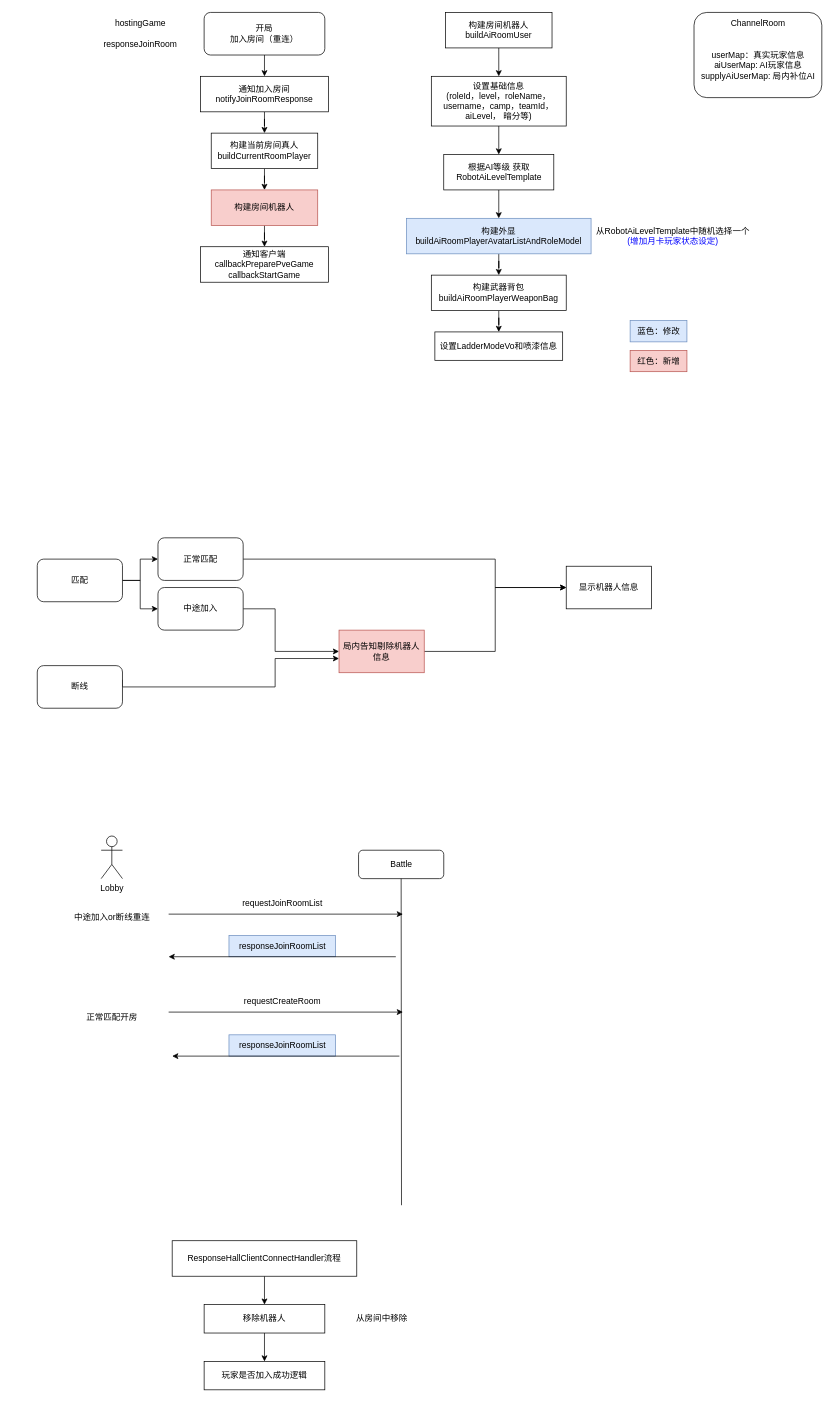
Earlier version of the draw.io diagram SSJJ2/机器人展示Loading.drawio (Ordertiny/graph). Source tidied: cells renumbered, new cells numbered last; positions are measured from the earlier drawing's top-left corner, leaving out a move shared by most shapes. Both pictures are drawn from the tidied source at 71%, with x=0, y=0 at pixel (37, 12).
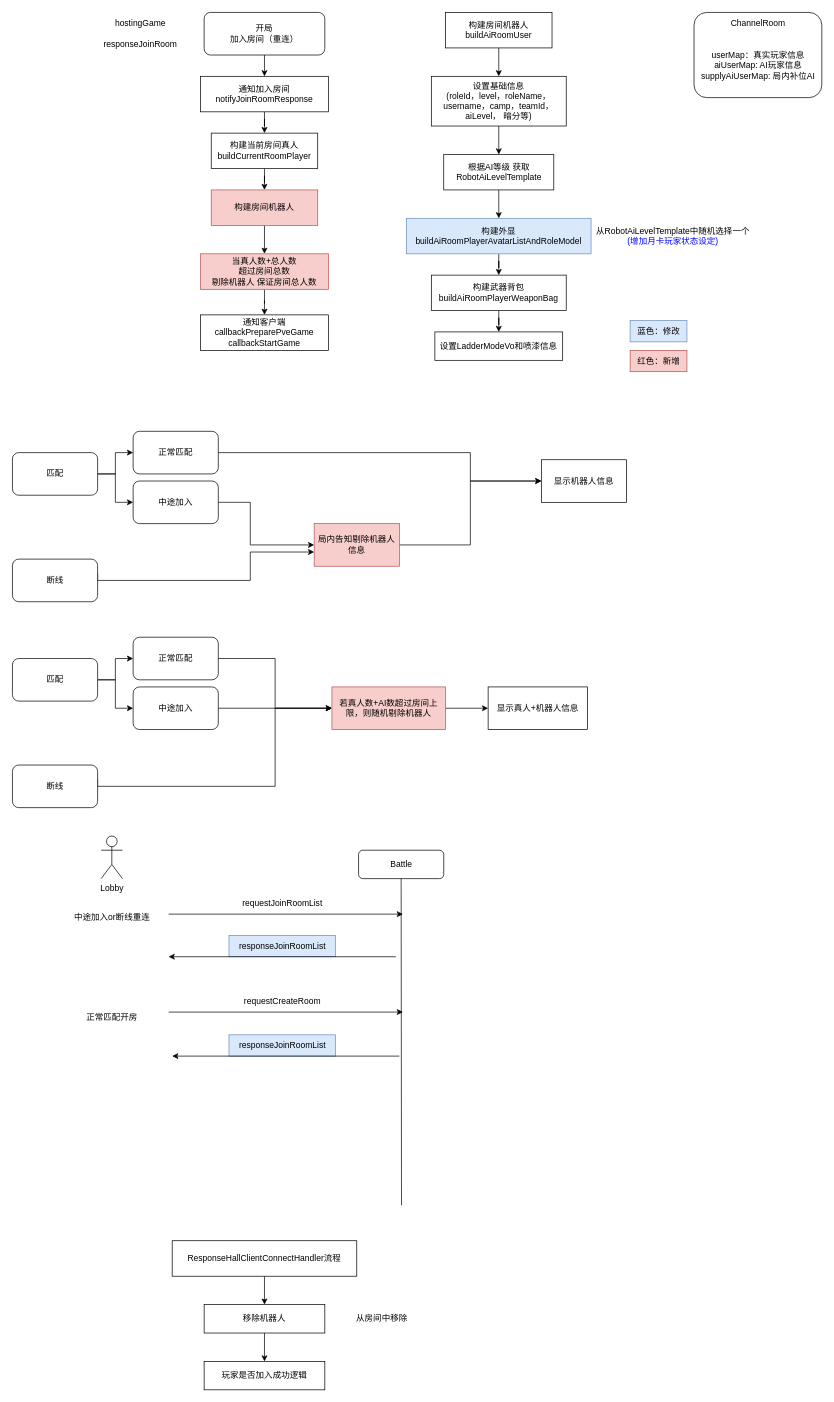
The same page after the edit.

Commit message:
更新机器人展示Loading.drawio

Unchanged cells that the change refers to:
```xml
<mxCell id="11" value="构建房间机器人" style="whiteSpace=wrap;html=1;fillColor=#f8cecc;strokeColor=#b85450;" parent="1" vertex="1">
  <mxGeometry x="245" y="250" width="150" height="50" as="geometry" />
</mxCell>
```

Diff of the diagram source:
```diff
@@
-    <mxCell id="10" style="edgeStyle=orthogonalEdgeStyle;rounded=0;jettySize=auto;html=1;exitX=0.5;exitY=1;exitDx=0;exitDy=0;" parent="1" edge="1" source="11" target="12">
-      <mxGeometry relative="1" as="geometry" />
-    </mxCell>
+    <mxCell id="62" style="edgeStyle=orthogonalEdgeStyle;rounded=0;jettySize=auto;html=1;exitX=0.5;exitY=1;exitDx=0;exitDy=0;entryX=0.5;entryY=0;entryDx=0;entryDy=0;" parent="1" edge="1" source="11" target="64">
+      <mxGeometry relative="1" as="geometry" />
+    </mxCell>
@@
     <mxCell id="12" value="通知客户端&lt;br&gt;callbackPreparePveGame&lt;br&gt;callbackStartGame" style="whiteSpace=wrap;html=1;" parent="1" vertex="1">
-      <mxGeometry x="230" y="330" width="180" height="50" as="geometry" />
+      <mxGeometry x="230" y="426" width="180" height="50" as="geometry" />
     </mxCell>
@@
     <mxCell id="33" value="匹配" style="rounded=1;whiteSpace=wrap;html=1;" parent="1" vertex="1">
-      <mxGeometry y="770" width="120" height="60" as="geometry" />
+      <mxGeometry x="-35" y="620" width="120" height="60" as="geometry" />
     </mxCell>
     <mxCell id="34" style="edgeStyle=orthogonalEdgeStyle;rounded=0;jettySize=auto;html=1;exitX=1;exitY=0.5;exitDx=0;exitDy=0;entryX=0;entryY=0.5;entryDx=0;entryDy=0;" parent="1" edge="1" source="35" target="40">
       <mxGeometry relative="1" as="geometry">
         <Array as="points">
-          <mxPoint x="645" y="770" />
-          <mxPoint x="645" y="810" />
+          <mxPoint x="610" y="620" />
+          <mxPoint x="610" y="660" />
         </Array>
       </mxGeometry>
     </mxCell>
     <mxCell id="35" value="正常匹配" style="rounded=1;whiteSpace=wrap;html=1;" parent="1" vertex="1">
-      <mxGeometry x="170" y="740" width="120" height="60" as="geometry" />
+      <mxGeometry x="135" y="590" width="120" height="60" as="geometry" />
     </mxCell>
     <mxCell id="36" style="edgeStyle=orthogonalEdgeStyle;rounded=0;jettySize=auto;html=1;exitX=1;exitY=0.5;exitDx=0;exitDy=0;entryX=0;entryY=0.5;entryDx=0;entryDy=0;" parent="1" edge="1" source="37" target="42">
       <mxGeometry relative="1" as="geometry">
         <Array as="points">
-          <mxPoint x="335" y="840" />
-          <mxPoint x="335" y="900" />
+          <mxPoint x="300" y="690" />
+          <mxPoint x="300" y="750" />
         </Array>
       </mxGeometry>
     </mxCell>
     <mxCell id="37" value="中途加入" style="rounded=1;whiteSpace=wrap;html=1;" parent="1" vertex="1">
-      <mxGeometry x="170" y="810" width="120" height="60" as="geometry" />
+      <mxGeometry x="135" y="660" width="120" height="60" as="geometry" />
     </mxCell>
     <mxCell id="38" style="edgeStyle=orthogonalEdgeStyle;rounded=0;orthogonalLoop=1;jettySize=auto;html=1;exitX=1;exitY=0.5;exitDx=0;exitDy=0;entryX=0;entryY=0.5;entryDx=0;entryDy=0;" parent="1" edge="1">
       <mxGeometry relative="1" as="geometry">
-        <mxPoint x="120" y="940" as="sourcePoint" />
-        <mxPoint x="425" y="910" as="targetPoint" />
+        <mxPoint x="85" y="790" as="sourcePoint" />
+        <mxPoint x="390" y="760" as="targetPoint" />
         <Array as="points">
-          <mxPoint x="120" y="950" />
-          <mxPoint x="335" y="950" />
-          <mxPoint x="335" y="910" />
+          <mxPoint x="85" y="800" />
+          <mxPoint x="300" y="800" />
+          <mxPoint x="300" y="760" />
         </Array>
       </mxGeometry>
     </mxCell>
     <mxCell id="39" value="断线" style="rounded=1;whiteSpace=wrap;html=1;" parent="1" vertex="1">
-      <mxGeometry y="920" width="120" height="60" as="geometry" />
+      <mxGeometry x="-35" y="770" width="120" height="60" as="geometry" />
     </mxCell>
     <mxCell id="40" value="显示机器人信息" style="whiteSpace=wrap;html=1;" parent="1" vertex="1">
-      <mxGeometry x="745" y="780" width="120" height="60" as="geometry" />
+      <mxGeometry x="710" y="630" width="120" height="60" as="geometry" />
     </mxCell>
@@
     <mxCell id="42" value="局内告知剔除机器人&lt;br&gt;信息" style="whiteSpace=wrap;html=1;fillColor=#f8cecc;strokeColor=#b85450;" parent="1" vertex="1">
-      <mxGeometry x="425" y="870" width="120" height="60" as="geometry" />
+      <mxGeometry x="390" y="720" width="120" height="60" as="geometry" />
     </mxCell>
@@
+    <mxCell id="63" style="edgeStyle=orthogonalEdgeStyle;rounded=0;jettySize=auto;html=1;exitX=0.5;exitY=1;exitDx=0;exitDy=0;" parent="1" edge="1" source="64" target="12">
+      <mxGeometry relative="1" as="geometry" />
+    </mxCell>
+    <mxCell id="64" value="当真人数+总人数&lt;br&gt;超过房间总数&lt;br&gt;剔除机器人 保证房间总人数" style="whiteSpace=wrap;html=1;fillColor=#f8cecc;strokeColor=#b85450;" parent="1" vertex="1">
+      <mxGeometry x="230" y="340" width="180" height="50" as="geometry" />
+    </mxCell>
+    <mxCell id="65" style="edgeStyle=orthogonalEdgeStyle;rounded=0;jettySize=auto;html=1;exitX=1;exitY=0.5;exitDx=0;exitDy=0;" parent="1" edge="1" source="67" target="69">
+      <mxGeometry relative="1" as="geometry" />
+    </mxCell>
+    <mxCell id="66" style="edgeStyle=orthogonalEdgeStyle;rounded=0;jettySize=auto;html=1;exitX=1;exitY=0.5;exitDx=0;exitDy=0;" parent="1" edge="1" source="67" target="71">
+      <mxGeometry relative="1" as="geometry" />
+    </mxCell>
+    <mxCell id="67" value="匹配" style="rounded=1;whiteSpace=wrap;html=1;" parent="1" vertex="1">
+      <mxGeometry x="-35" y="910" width="120" height="60" as="geometry" />
+    </mxCell>
+    <mxCell id="68" style="edgeStyle=orthogonalEdgeStyle;rounded=0;jettySize=auto;html=1;exitX=1;exitY=0.5;exitDx=0;exitDy=0;entryX=0;entryY=0.5;entryDx=0;entryDy=0;" parent="1" edge="1" source="69" target="76">
+      <mxGeometry relative="1" as="geometry" />
+    </mxCell>
+    <mxCell id="69" value="正常匹配" style="rounded=1;whiteSpace=wrap;html=1;" parent="1" vertex="1">
+      <mxGeometry x="135" y="880" width="120" height="60" as="geometry" />
+    </mxCell>
+    <mxCell id="70" style="edgeStyle=orthogonalEdgeStyle;rounded=0;jettySize=auto;html=1;exitX=1;exitY=0.5;exitDx=0;exitDy=0;entryX=0;entryY=0.5;entryDx=0;entryDy=0;" parent="1" edge="1" source="71" target="76">
+      <mxGeometry relative="1" as="geometry">
+        <Array as="points">
+          <mxPoint x="335" y="980" />
+          <mxPoint x="335" y="980" />
+        </Array>
+      </mxGeometry>
+    </mxCell>
+    <mxCell id="71" value="中途加入" style="rounded=1;whiteSpace=wrap;html=1;" parent="1" vertex="1">
+      <mxGeometry x="135" y="950" width="120" height="60" as="geometry" />
+    </mxCell>
+    <mxCell id="72" style="edgeStyle=orthogonalEdgeStyle;rounded=0;jettySize=auto;html=1;exitX=1;exitY=0.5;exitDx=0;exitDy=0;entryX=0;entryY=0.5;entryDx=0;entryDy=0;" parent="1" edge="1" target="76">
+      <mxGeometry relative="1" as="geometry">
+        <mxPoint x="85" y="1080" as="sourcePoint" />
+        <Array as="points">
+          <mxPoint x="85" y="1090" />
+          <mxPoint x="335" y="1090" />
+          <mxPoint x="335" y="980" />
+        </Array>
+      </mxGeometry>
+    </mxCell>
+    <mxCell id="73" value="断线" style="rounded=1;whiteSpace=wrap;html=1;" parent="1" vertex="1">
+      <mxGeometry x="-35" y="1060" width="120" height="60" as="geometry" />
+    </mxCell>
+    <mxCell id="74" value="显示真人+机器人信息" style="whiteSpace=wrap;html=1;" parent="1" vertex="1">
+      <mxGeometry x="635" y="950" width="140" height="60" as="geometry" />
+    </mxCell>
+    <mxCell id="75" style="edgeStyle=orthogonalEdgeStyle;rounded=0;jettySize=auto;html=1;exitX=1;exitY=0.5;exitDx=0;exitDy=0;" parent="1" edge="1" source="76" target="74">
+      <mxGeometry relative="1" as="geometry" />
+    </mxCell>
+    <mxCell id="76" value="若真人数+AI数超过房间上限，则随机剔除机器人" style="whiteSpace=wrap;html=1;fillColor=#f8cecc;strokeColor=#b85450;" parent="1" vertex="1">
+      <mxGeometry x="415" y="950" width="160" height="60" as="geometry" />
+    </mxCell>
```
